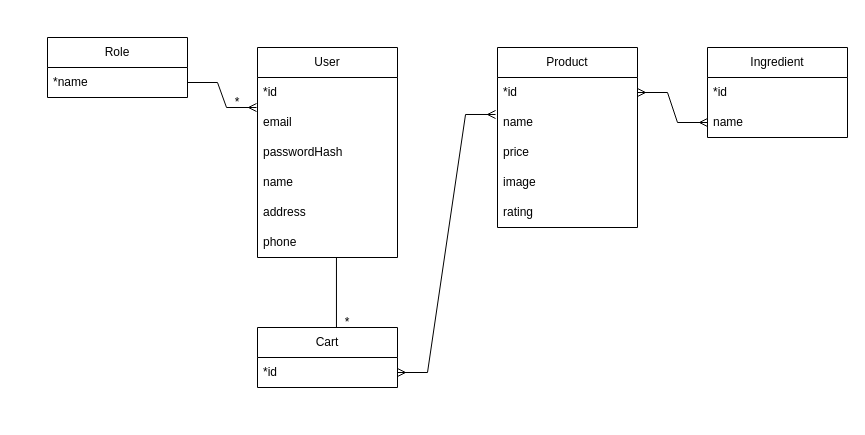
This is page "Страница — 1" (1 of 2) of database.drawio from fevoritos/kentucky-baked-pizza, a draw.io file, before an edit. Source tidied: cells renumbered, new cells numbered last; positions are measured from the earlier drawing's top-left corner, leaving out a move shared by most shapes. Both pictures are drawn from the tidied source at 100%, with x=0, y=0 at pixel (47, 37).
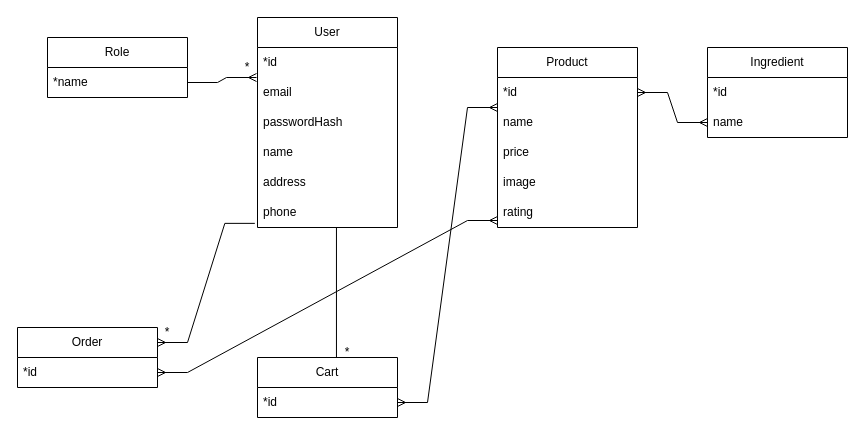
Above is the later version.

The change refers to these unchanged cells:
```xml
<mxCell id="8" value="phone" style="text;strokeColor=none;fillColor=none;align=left;verticalAlign=middle;spacingLeft=4;spacingRight=4;overflow=hidden;points=[[0,0.5],[1,0.5]];portConstraint=eastwest;whiteSpace=wrap;html=1;" parent="2" vertex="1">
  <mxGeometry y="180" width="140" height="30" as="geometry" />
</mxCell>
<mxCell id="11" value="name" style="text;strokeColor=none;fillColor=none;align=left;verticalAlign=middle;spacingLeft=4;spacingRight=4;overflow=hidden;points=[[0,0.5],[1,0.5]];portConstraint=eastwest;whiteSpace=wrap;html=1;" parent="9" vertex="1">
  <mxGeometry y="60" width="140" height="30" as="geometry" />
</mxCell>
<mxCell id="19" value="*id" style="text;strokeColor=none;fillColor=none;align=left;verticalAlign=middle;spacingLeft=4;spacingRight=4;overflow=hidden;points=[[0,0.5],[1,0.5]];portConstraint=eastwest;whiteSpace=wrap;html=1;" parent="18" vertex="1">
  <mxGeometry y="30" width="140" height="30" as="geometry" />
</mxCell>
```

Change to the diagram source:
```diff
@@
     <mxCell id="2" value="User" style="swimlane;fontStyle=0;horizontal=1;startSize=30;whiteSpace=wrap;html=1;shadow=0;" parent="1" vertex="1">
-      <mxGeometry x="210" y="10" width="140" height="210" as="geometry" />
+      <mxGeometry x="210" y="-20" width="140" height="210" as="geometry" />
     </mxCell>
@@
     <mxCell id="18" value="Cart" style="swimlane;fontStyle=0;horizontal=1;startSize=30;whiteSpace=wrap;html=1;" parent="1" vertex="1">
-      <mxGeometry x="210" y="290" width="140" height="60" as="geometry" />
+      <mxGeometry x="210" y="320" width="140" height="60" as="geometry" />
     </mxCell>
@@
-    <mxCell id="21" style="edgeStyle=entityRelationEdgeStyle;fontSize=12;html=1;endArrow=ERmany;startArrow=ERmany;rounded=0;exitX=1;exitY=0.5;exitDx=0;exitDy=0;entryX=-0.014;entryY=0.233;entryDx=0;entryDy=0;entryPerimeter=0;" parent="1" edge="1" source="19" target="11">
+    <mxCell id="21" style="edgeStyle=entityRelationEdgeStyle;fontSize=12;html=1;endArrow=ERmany;startArrow=ERmany;rounded=0;exitX=1;exitY=0.5;exitDx=0;exitDy=0;entryX=0;entryY=0;entryDx=0;entryDy=0;entryPerimeter=0;" parent="1" edge="1" source="19" target="11">
       <mxGeometry relative="1" as="geometry" />
     </mxCell>
@@
     <mxCell id="23" value="*" style="text;html=1;align=center;verticalAlign=middle;whiteSpace=wrap;rounded=0;" parent="1" vertex="1">
-      <mxGeometry x="270" y="270" width="60" height="30" as="geometry" />
+      <mxGeometry x="270" y="300" width="60" height="30" as="geometry" />
     </mxCell>
@@
     <mxCell id="27" value="*" style="text;html=1;whiteSpace=wrap;strokeColor=none;fillColor=none;align=center;verticalAlign=middle;rounded=0;" parent="1" vertex="1">
-      <mxGeometry x="160" y="50" width="60" height="30" as="geometry" />
+      <mxGeometry x="170" y="15" width="60" height="30" as="geometry" />
     </mxCell>
+    <mxCell id="28" value="Order" style="swimlane;fontStyle=0;horizontal=1;startSize=30;whiteSpace=wrap;html=1;" parent="1" vertex="1">
+      <mxGeometry x="-30" y="290" width="140" height="60" as="geometry" />
+    </mxCell>
+    <mxCell id="29" value="*id" style="text;strokeColor=none;fillColor=none;align=left;verticalAlign=middle;spacingLeft=4;spacingRight=4;overflow=hidden;whiteSpace=wrap;html=1;" parent="28" vertex="1">
+      <mxGeometry y="30" width="140" height="30" as="geometry" />
+    </mxCell>
+    <mxCell id="30" style="edgeStyle=entityRelationEdgeStyle;fontSize=12;html=1;endArrow=ERmany;rounded=0;exitX=-0.019;exitY=0.862;exitDx=0;exitDy=0;exitPerimeter=0;entryX=1;entryY=0.25;entryDx=0;entryDy=0;" parent="1" edge="1" source="8" target="28">
+      <mxGeometry relative="1" as="geometry" />
+    </mxCell>
+    <mxCell id="31" value="*" style="text;html=1;whiteSpace=wrap;strokeColor=none;fillColor=none;align=center;verticalAlign=middle;rounded=0;" parent="1" vertex="1">
+      <mxGeometry x="90" y="280" width="60" height="30" as="geometry" />
+    </mxCell>
+    <mxCell id="32" style="edgeStyle=entityRelationEdgeStyle;fontSize=12;html=1;endArrow=ERmany;startArrow=ERmany;rounded=0;exitX=1;exitY=0.75;exitDx=0;exitDy=0;" parent="1" edge="1" source="28">
+      <mxGeometry relative="1" as="geometry">
+        <mxPoint x="450" y="183" as="targetPoint" />
+        <Array as="points">
+          <mxPoint x="250" y="330" />
+          <mxPoint x="250" y="330" />
+          <mxPoint x="380" y="230" />
+          <mxPoint x="350" y="280" />
+        </Array>
+      </mxGeometry>
+    </mxCell>
```
